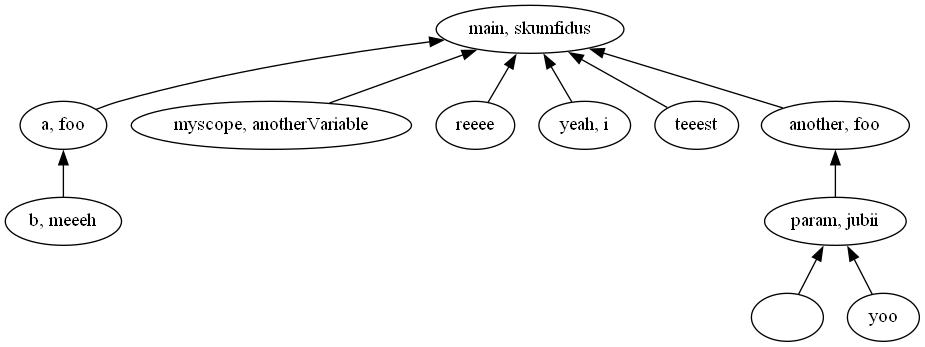
KianBankeLarsen/Compiler keeps this Graphviz diagram as printers/images/Symbol.gv.png. Above is the earlier version. Its source is kept beside it as printers/images/Symbol.gv.
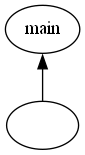
After the change.

The edit, as a diff of the source:
```diff
@@ -1,24 +1,6 @@
 digraph Symbol {
 	graph [rankdir=BT]
-	0 [label="main, skumfidus"]
-	1 [label="a, foo"]
+	0 [label=main]
+	1 [label=""]
 	1 -> 0
-	2 [label="b, meeeh"]
-	2 -> 1
-	3 [label="myscope, anotherVariable"]
-	3 -> 0
-	4 [label=reeee]
-	4 -> 0
-	5 [label="yeah, i"]
-	5 -> 0
-	6 [label=teeest]
-	6 -> 0
-	7 [label="another, foo"]
-	7 -> 0
-	8 [label="param, jubii"]
-	8 -> 7
-	9 [label=""]
-	9 -> 8
-	10 [label=yoo]
-	10 -> 8
 }
```
